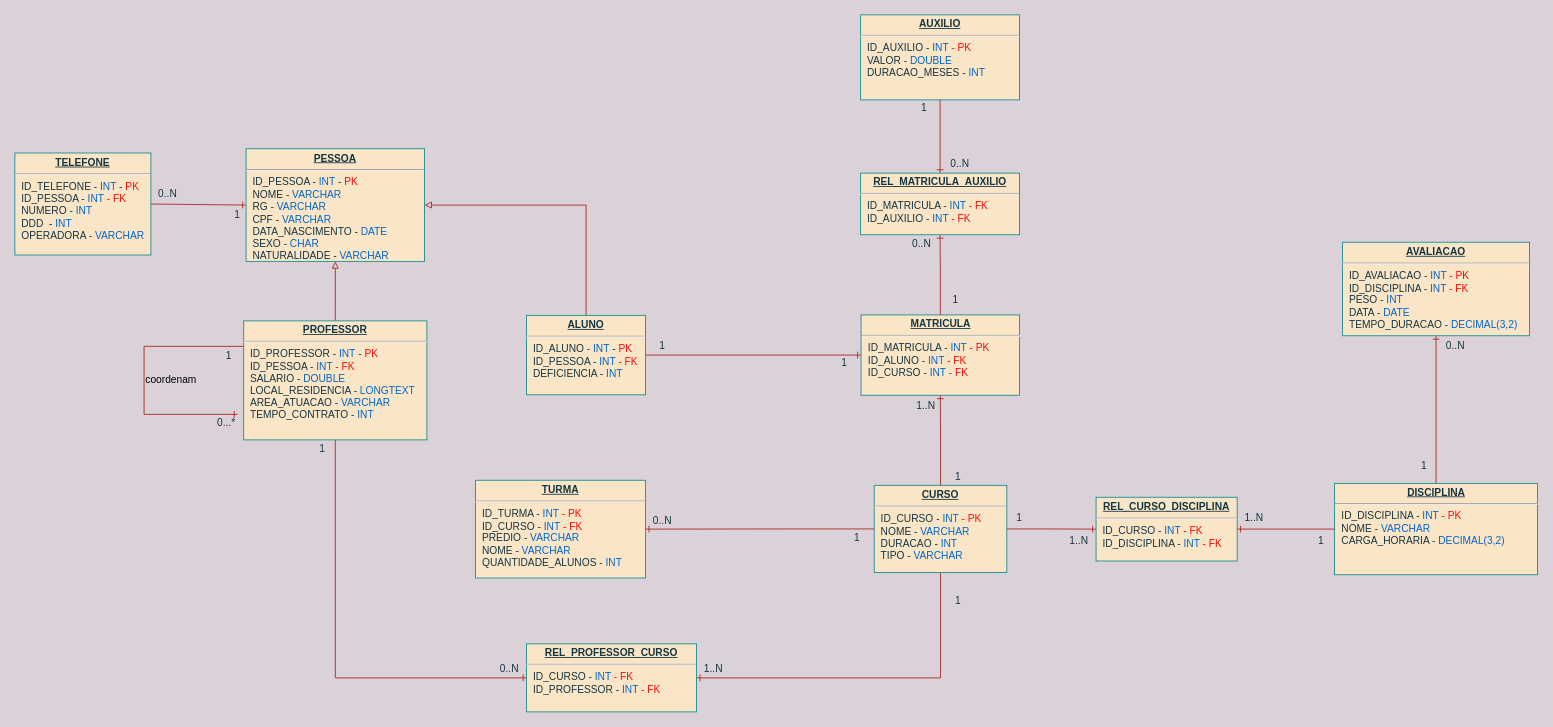
Earlier version of the draw.io diagram modelagemUniversidade.drawio (maxbarboz/modelagemUniversidade). Source tidied: cells renumbered, new cells numbered last; positions are measured from the earlier drawing's top-left corner, leaving out a move shared by most shapes. Both pictures are drawn from the tidied source at 85%, with x=0, y=0 at pixel (14, 14).
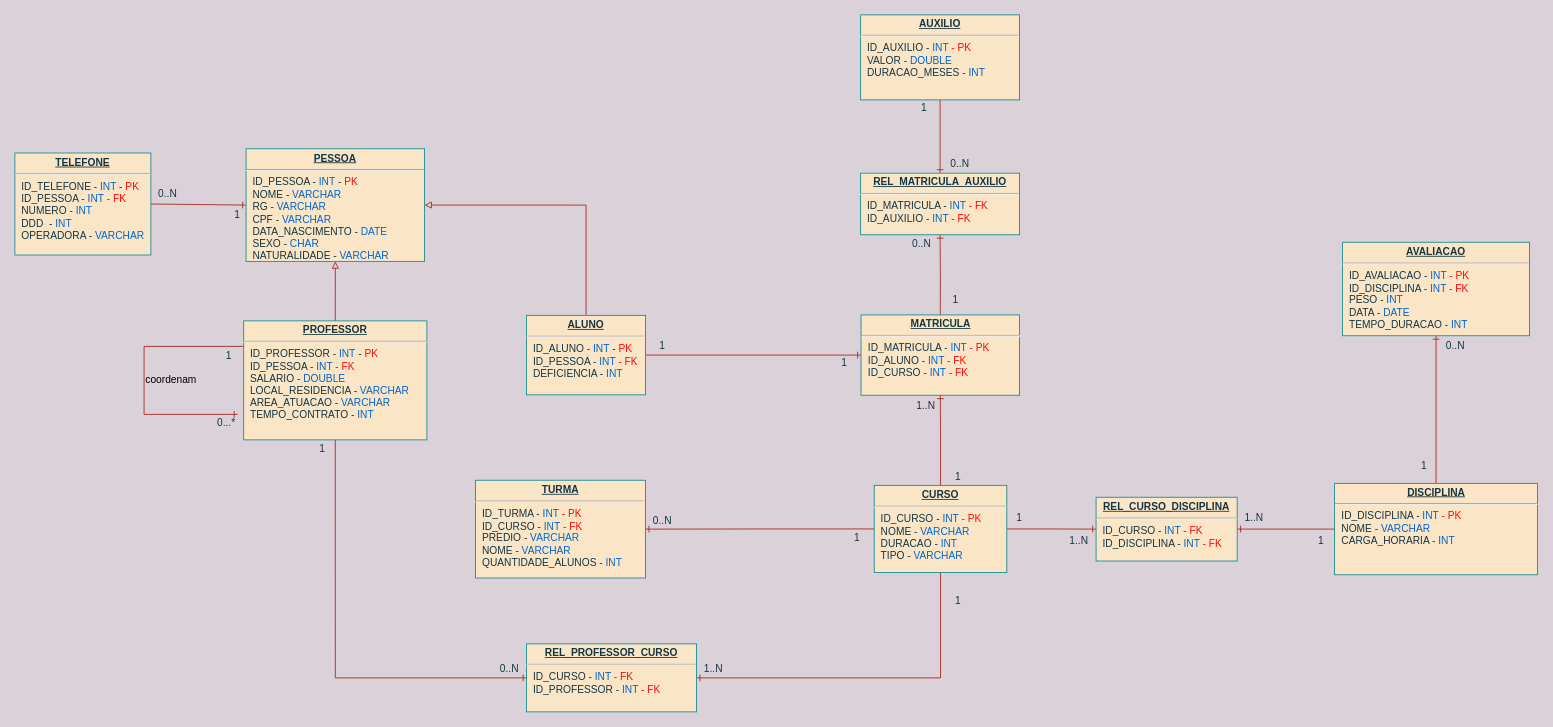
The same diagram, later.

The edit, as a diff of the source:
```diff
@@
-    <mxCell id="4" value="&lt;p style=&quot;margin: 0px ; margin-top: 4px ; text-align: center ; text-decoration: underline&quot;&gt;&lt;b&gt;DISCIPLINA&lt;/b&gt;&lt;/p&gt;&lt;hr&gt;&lt;p style=&quot;margin: 0px ; margin-left: 8px&quot;&gt;ID_DISCIPLINA -&amp;nbsp;&lt;font color=&quot;#0066cc&quot;&gt;INT&lt;/font&gt;&lt;font color=&quot;#ff0808&quot;&gt; - PK&lt;/font&gt;&lt;/p&gt;&lt;p style=&quot;margin: 0px ; margin-left: 8px&quot;&gt;&lt;span&gt;NOME - &lt;/span&gt;&lt;font color=&quot;#0066cc&quot;&gt;VARCHAR&lt;/font&gt;&lt;/p&gt;&lt;p style=&quot;margin: 0px ; margin-left: 8px&quot;&gt;CARGA_HORARIA - &lt;font color=&quot;#0066cc&quot;&gt;DECIMAL(3,2)&lt;/font&gt;&lt;/p&gt;&lt;p style=&quot;margin: 0px ; margin-left: 8px&quot;&gt;&lt;br&gt;&lt;/p&gt;&lt;p style=&quot;margin: 0px ; margin-left: 8px&quot;&gt;&lt;br&gt;&lt;/p&gt;" style="verticalAlign=top;align=left;overflow=fill;fontSize=12;fontFamily=Helvetica;html=1;rounded=0;shadow=0;comic=0;labelBackgroundColor=none;strokeWidth=1;fillColor=#FAE5C7;strokeColor=#0F8B8D;fontColor=#143642;" parent="1" vertex="1">
+    <mxCell id="4" value="&lt;p style=&quot;margin: 0px ; margin-top: 4px ; text-align: center ; text-decoration: underline&quot;&gt;&lt;b&gt;DISCIPLINA&lt;/b&gt;&lt;/p&gt;&lt;hr&gt;&lt;p style=&quot;margin: 0px ; margin-left: 8px&quot;&gt;ID_DISCIPLINA -&amp;nbsp;&lt;font color=&quot;#0066cc&quot;&gt;INT&lt;/font&gt;&lt;font color=&quot;#ff0808&quot;&gt; - PK&lt;/font&gt;&lt;/p&gt;&lt;p style=&quot;margin: 0px ; margin-left: 8px&quot;&gt;&lt;span&gt;NOME - &lt;/span&gt;&lt;font color=&quot;#0066cc&quot;&gt;VARCHAR&lt;/font&gt;&lt;/p&gt;&lt;p style=&quot;margin: 0px ; margin-left: 8px&quot;&gt;CARGA_HORARIA - &lt;font color=&quot;#0066cc&quot;&gt;INT&lt;/font&gt;&lt;/p&gt;&lt;p style=&quot;margin: 0px ; margin-left: 8px&quot;&gt;&lt;br&gt;&lt;/p&gt;&lt;p style=&quot;margin: 0px ; margin-left: 8px&quot;&gt;&lt;br&gt;&lt;/p&gt;" style="verticalAlign=top;align=left;overflow=fill;fontSize=12;fontFamily=Helvetica;html=1;rounded=0;shadow=0;comic=0;labelBackgroundColor=none;strokeWidth=1;fillColor=#FAE5C7;strokeColor=#0F8B8D;fontColor=#143642;" parent="1" vertex="1">
       <mxGeometry x="1552.6" y="551.2" width="238.8" height="107.5" as="geometry" />
     </mxCell>
-    <mxCell id="5" value="&lt;p style=&quot;margin: 0px ; margin-top: 4px ; text-align: center ; text-decoration: underline&quot;&gt;&lt;b&gt;AVALIACAO&lt;/b&gt;&lt;/p&gt;&lt;hr&gt;&lt;p style=&quot;margin: 0px ; margin-left: 8px&quot;&gt;ID_AVALIACAO - &lt;font color=&quot;#0066cc&quot;&gt;INT &lt;/font&gt;&lt;font color=&quot;#ff0808&quot;&gt;- PK&lt;/font&gt;&lt;/p&gt;&lt;p style=&quot;margin: 0px ; margin-left: 8px&quot;&gt;ID_DISCIPLINA -&amp;nbsp;&lt;font color=&quot;#0066cc&quot;&gt;INT &lt;/font&gt;&lt;font color=&quot;#ff0808&quot;&gt;- FK&lt;/font&gt;&lt;br&gt;&lt;/p&gt;&lt;p style=&quot;margin: 0px ; margin-left: 8px&quot;&gt;PESO - &lt;font color=&quot;#0066cc&quot;&gt;INT&lt;/font&gt;&lt;/p&gt;&lt;p style=&quot;margin: 0px ; margin-left: 8px&quot;&gt;DATA - &lt;font color=&quot;#0066cc&quot;&gt;DATE&lt;/font&gt;&lt;/p&gt;&lt;p style=&quot;margin: 0px ; margin-left: 8px&quot;&gt;TEMPO_DURACAO - &lt;font color=&quot;#0066cc&quot;&gt;DECIMAL(3,2)&lt;/font&gt;&lt;/p&gt;" style="verticalAlign=top;align=left;overflow=fill;fontSize=12;fontFamily=Helvetica;html=1;rounded=0;shadow=0;comic=0;labelBackgroundColor=none;strokeWidth=1;fillColor=#FAE5C7;strokeColor=#0F8B8D;fontColor=#143642;" parent="1" vertex="1">
+    <mxCell id="5" value="&lt;p style=&quot;margin: 0px ; margin-top: 4px ; text-align: center ; text-decoration: underline&quot;&gt;&lt;b&gt;AVALIACAO&lt;/b&gt;&lt;/p&gt;&lt;hr&gt;&lt;p style=&quot;margin: 0px ; margin-left: 8px&quot;&gt;ID_AVALIACAO - &lt;font color=&quot;#0066cc&quot;&gt;INT &lt;/font&gt;&lt;font color=&quot;#ff0808&quot;&gt;- PK&lt;/font&gt;&lt;/p&gt;&lt;p style=&quot;margin: 0px ; margin-left: 8px&quot;&gt;ID_DISCIPLINA -&amp;nbsp;&lt;font color=&quot;#0066cc&quot;&gt;INT &lt;/font&gt;&lt;font color=&quot;#ff0808&quot;&gt;- FK&lt;/font&gt;&lt;br&gt;&lt;/p&gt;&lt;p style=&quot;margin: 0px ; margin-left: 8px&quot;&gt;PESO - &lt;font color=&quot;#0066cc&quot;&gt;INT&lt;/font&gt;&lt;/p&gt;&lt;p style=&quot;margin: 0px ; margin-left: 8px&quot;&gt;DATA - &lt;font color=&quot;#0066cc&quot;&gt;DATE&lt;/font&gt;&lt;/p&gt;&lt;p style=&quot;margin: 0px ; margin-left: 8px&quot;&gt;TEMPO_DURACAO - &lt;font color=&quot;#0066cc&quot;&gt;INT&lt;/font&gt;&lt;/p&gt;" style="verticalAlign=top;align=left;overflow=fill;fontSize=12;fontFamily=Helvetica;html=1;rounded=0;shadow=0;comic=0;labelBackgroundColor=none;strokeWidth=1;fillColor=#FAE5C7;strokeColor=#0F8B8D;fontColor=#143642;" parent="1" vertex="1">
       <mxGeometry x="1562" y="267.5" width="220" height="110" as="geometry" />
     </mxCell>
@@
-    <mxCell id="9" value="&lt;p style=&quot;margin: 0px ; margin-top: 4px ; text-align: center ; text-decoration: underline&quot;&gt;&lt;b&gt;PROFESSOR&lt;/b&gt;&lt;/p&gt;&lt;hr&gt;&lt;p style=&quot;margin: 0px ; margin-left: 8px&quot;&gt;ID_PROFESSOR - &lt;font color=&quot;#0066cc&quot;&gt;INT&lt;/font&gt;&lt;span&gt;&amp;nbsp;&lt;/span&gt;&lt;span&gt;-&lt;/span&gt;&lt;span&gt;&amp;nbsp;&lt;/span&gt;&lt;font color=&quot;#ff0808&quot;&gt;PK&lt;/font&gt;&lt;/p&gt;&lt;p style=&quot;margin: 0px ; margin-left: 8px&quot;&gt;ID_PESSOA - &lt;font color=&quot;#0066cc&quot;&gt;INT &lt;/font&gt;&lt;font color=&quot;#ff0808&quot;&gt;- FK&lt;/font&gt;&lt;/p&gt;&lt;p style=&quot;margin: 0px 0px 0px 8px&quot;&gt;SALARIO - &lt;font color=&quot;#0066cc&quot;&gt;DOUBLE&lt;/font&gt;&lt;/p&gt;&lt;p style=&quot;margin: 0px 0px 0px 8px&quot;&gt;LOCAL_RESIDENCIA - &lt;font color=&quot;#0066cc&quot;&gt;LONGTEXT&lt;/font&gt;&lt;/p&gt;&lt;p style=&quot;margin: 0px 0px 0px 8px&quot;&gt;AREA_ATUACAO - &lt;font color=&quot;#0066cc&quot;&gt;VARCHAR&lt;/font&gt;&lt;/p&gt;&lt;p style=&quot;margin: 0px 0px 0px 8px&quot;&gt;TEMPO_CONTRATO - &lt;font color=&quot;#0066cc&quot;&gt;INT&lt;/font&gt;&lt;/p&gt;&lt;p style=&quot;margin: 0px 0px 0px 8px&quot;&gt;&lt;br&gt;&lt;/p&gt;" style="verticalAlign=top;align=left;overflow=fill;fontSize=12;fontFamily=Helvetica;html=1;rounded=0;shadow=0;comic=0;labelBackgroundColor=none;strokeWidth=1;fillColor=#FAE5C7;strokeColor=#0F8B8D;fontColor=#143642;" parent="1" vertex="1">
+    <mxCell id="9" value="&lt;p style=&quot;margin: 0px ; margin-top: 4px ; text-align: center ; text-decoration: underline&quot;&gt;&lt;b&gt;PROFESSOR&lt;/b&gt;&lt;/p&gt;&lt;hr&gt;&lt;p style=&quot;margin: 0px ; margin-left: 8px&quot;&gt;ID_PROFESSOR - &lt;font color=&quot;#0066cc&quot;&gt;INT&lt;/font&gt;&lt;span&gt;&amp;nbsp;&lt;/span&gt;&lt;span&gt;-&lt;/span&gt;&lt;span&gt;&amp;nbsp;&lt;/span&gt;&lt;font color=&quot;#ff0808&quot;&gt;PK&lt;/font&gt;&lt;/p&gt;&lt;p style=&quot;margin: 0px ; margin-left: 8px&quot;&gt;ID_PESSOA - &lt;font color=&quot;#0066cc&quot;&gt;INT &lt;/font&gt;&lt;font color=&quot;#ff0808&quot;&gt;- FK&lt;/font&gt;&lt;/p&gt;&lt;p style=&quot;margin: 0px 0px 0px 8px&quot;&gt;SALARIO - &lt;font color=&quot;#0066cc&quot;&gt;DOUBLE&lt;/font&gt;&lt;/p&gt;&lt;p style=&quot;margin: 0px 0px 0px 8px&quot;&gt;LOCAL_RESIDENCIA - &lt;font color=&quot;#0066cc&quot;&gt;VARCHAR&lt;/font&gt;&lt;/p&gt;&lt;p style=&quot;margin: 0px 0px 0px 8px&quot;&gt;AREA_ATUACAO - &lt;font color=&quot;#0066cc&quot;&gt;VARCHAR&lt;/font&gt;&lt;/p&gt;&lt;p style=&quot;margin: 0px 0px 0px 8px&quot;&gt;TEMPO_CONTRATO - &lt;font color=&quot;#0066cc&quot;&gt;INT&lt;/font&gt;&lt;/p&gt;&lt;p style=&quot;margin: 0px 0px 0px 8px&quot;&gt;&lt;br&gt;&lt;/p&gt;" style="verticalAlign=top;align=left;overflow=fill;fontSize=12;fontFamily=Helvetica;html=1;rounded=0;shadow=0;comic=0;labelBackgroundColor=none;strokeWidth=1;fillColor=#FAE5C7;strokeColor=#0F8B8D;fontColor=#143642;" parent="1" vertex="1">
       <mxGeometry x="269.2" y="360" width="215.5" height="140" as="geometry" />
     </mxCell>
```
